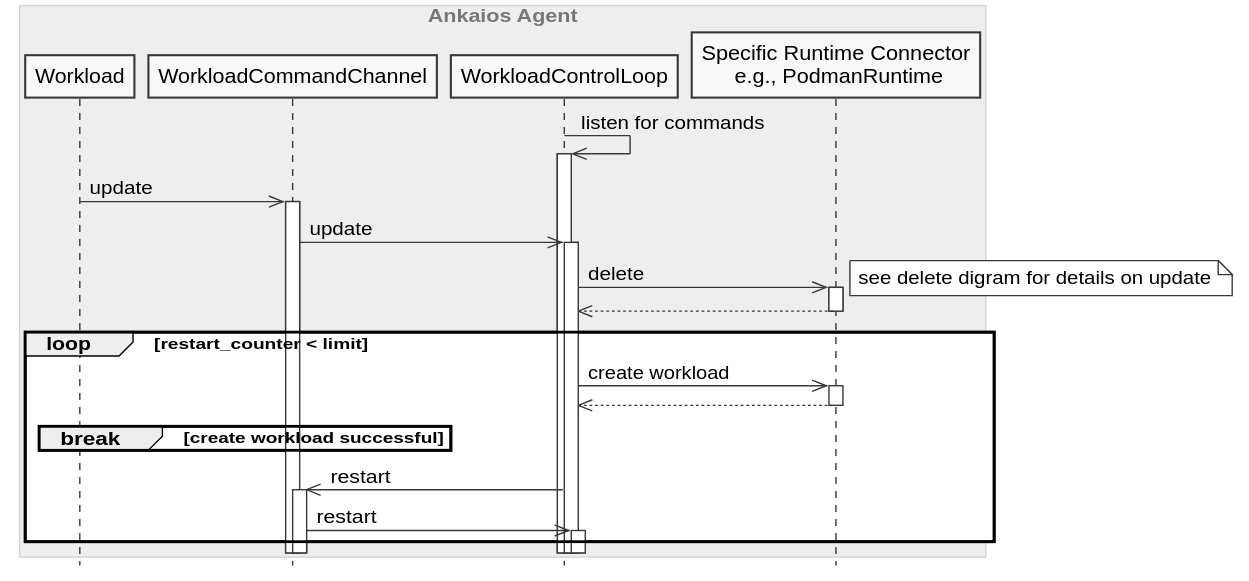
This is agent/doc/swdesign/plantuml/seq_restart_workload_on_update_with_create_failure.svg from eclipse-ankaios/ankaios, a PlantUML export, as it was before one commit.
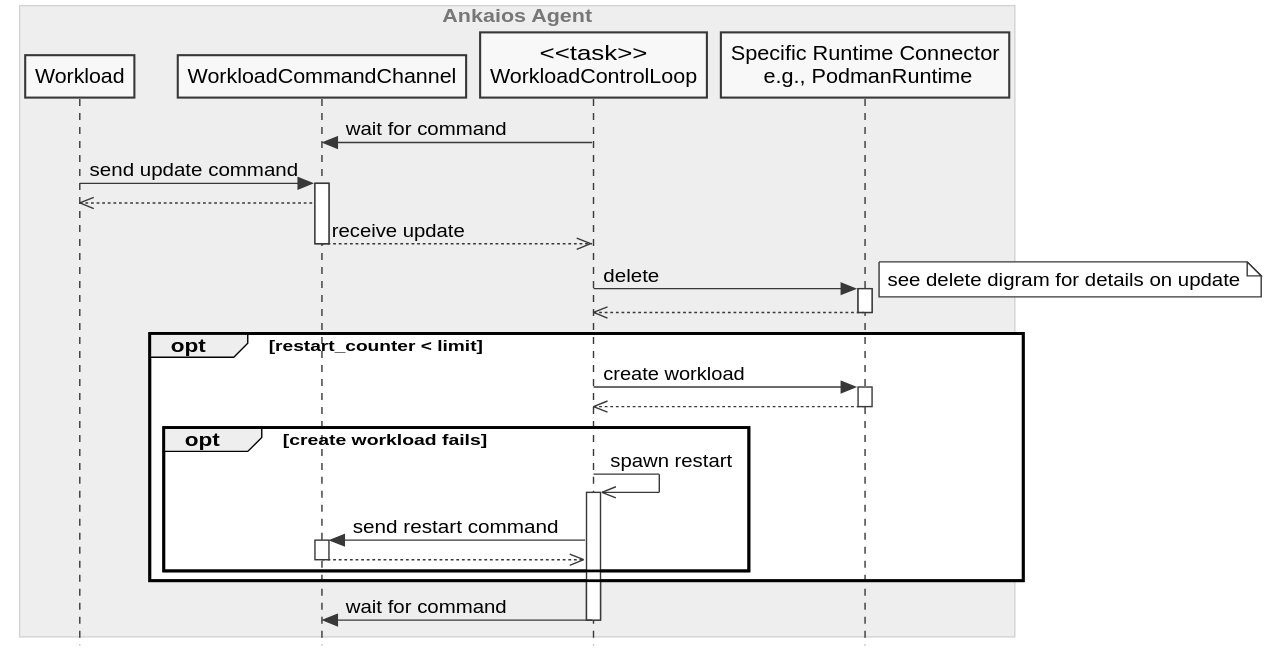
After the change.

Commit message:
Change restart_workload_on_update sequence diagram

What changed in the source:
```diff
@@ -29,29 +29,31 @@
 box "Ankaios Agent"
     participant "Workload" as workload
     participant "WorkloadCommandChannel" as workload_command
-    participant "WorkloadControlLoop" as workload_control_loop
+    participant "<<task>>\nWorkloadControlLoop" as workload_control_loop
 
     participant "Specific Runtime Connector\n e.g., PodmanRuntime" as runtime
 end box
 
-workload_control_loop ->> workload_control_loop ++: listen for commands
+workload_control_loop -> workload_command: wait for command
 
-workload ->> workload_command ++: update
-workload_command ->> workload_control_loop ++: update
-workload_control_loop ->> runtime ++: delete
+workload -> workload_command ++: send update command
+workload_command -->> workload
+workload_command -->> workload_control_loop --++: receive update
+workload_control_loop -> runtime ++: delete
 note right
     see delete digram for details on update
 endnote
 runtime -->> workload_control_loop--
 
-loop restart_counter < limit
-    workload_control_loop ->> runtime ++: create workload
+opt restart_counter < limit
+    workload_control_loop -> runtime ++: create workload
     runtime -->> workload_control_loop--
 
-    break create workload successful
+    opt create workload fails
+        workload_control_loop ->> workload_control_loop ++: spawn restart
+        workload_control_loop -> workload_command ++: send restart command
+        workload_command -->> workload_control_loop--
     end
-
-    workload_control_loop ->> workload_command ++: restart
-    workload_command ->> workload_control_loop ++: restart
 end
+workload_control_loop -> workload_command --: wait for command
 @enduml
```
